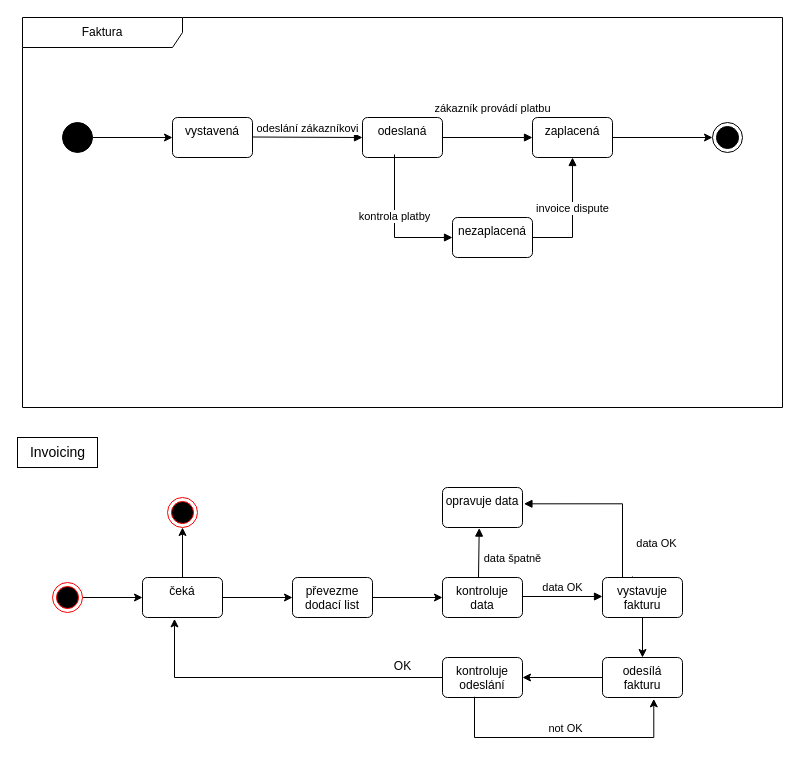
Earlier version of the draw.io diagram stavovy diagram (2).drawio (xmardol40/pg). Source tidied: cells renumbered, new cells numbered last; positions are measured from the earlier drawing's top-left corner, leaving out a move shared by most shapes. Both pictures are drawn from the tidied source at 100%, with x=0, y=0 at pixel (17, 17).
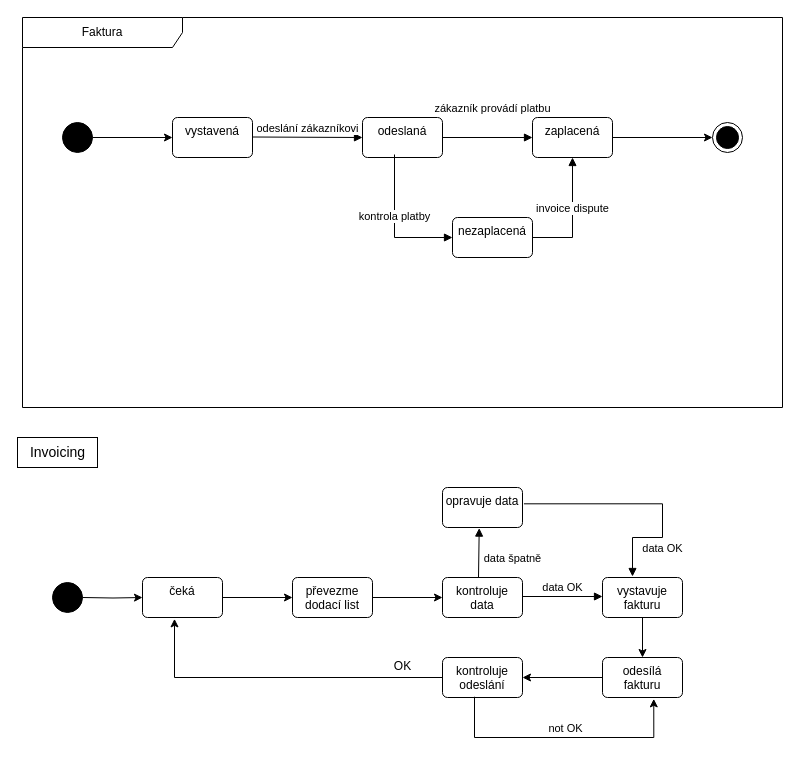
After the change.

The change refers to these unchanged cells:
```xml
<mxCell id="19" value="čeká" style="html=1;align=center;verticalAlign=top;rounded=1;absoluteArcSize=1;arcSize=10;dashed=0;whiteSpace=wrap;" parent="1" vertex="1">
  <mxGeometry x="125" y="560" width="80" height="40" as="geometry" />
</mxCell>
<mxCell id="23" value="opravuje data" style="html=1;align=center;verticalAlign=top;rounded=1;absoluteArcSize=1;arcSize=10;dashed=0;whiteSpace=wrap;" parent="1" vertex="1">
  <mxGeometry x="425" y="470" width="80" height="40" as="geometry" />
</mxCell>
```

The edit, as a diff of the source:
```diff
@@
-    <mxCell id="15" style="edgeStyle=orthogonalEdgeStyle;rounded=0;jettySize=auto;html=1;" parent="1" edge="1" source="16" target="19">
-      <mxGeometry relative="1" as="geometry" />
+    <mxCell id="15" style="edgeStyle=orthogonalEdgeStyle;rounded=0;jettySize=auto;html=1;" parent="1" edge="1" target="19">
+      <mxGeometry relative="1" as="geometry">
+        <mxPoint x="65" y="580" as="sourcePoint" />
+      </mxGeometry>
     </mxCell>
-    <mxCell id="16" style="ellipse;html=1;shape=endState;fillColor=#000000;strokeColor=#ff0000;" parent="1" vertex="1">
-      <mxGeometry x="35" y="565" width="30" height="30" as="geometry" />
-    </mxCell>
@@
-    <mxCell id="18" style="edgeStyle=orthogonalEdgeStyle;rounded=0;jettySize=auto;html=1;entryX=0.5;entryY=1;entryDx=0;entryDy=0;" parent="1" edge="1" source="19" target="36">
-      <mxGeometry relative="1" as="geometry" />
-    </mxCell>
@@
-    <mxCell id="30" value="data OK" style="html=1;verticalAlign=bottom;endArrow=block;rounded=0;exitX=0.425;exitY=0;exitDx=0;exitDy=0;exitPerimeter=0;entryX=1.018;entryY=0.408;entryDx=0;entryDy=0;entryPerimeter=0;edgeStyle=orthogonalEdgeStyle;" parent="1" edge="1" target="23">
-      <mxGeometry x="-0.61" y="-34" relative="1" as="geometry">
+    <mxCell id="30" value="data OK" style="html=1;verticalAlign=bottom;endArrow=none;rounded=0;exitX=0.425;exitY=0;exitDx=0;exitDy=0;exitPerimeter=0;entryX=1.018;entryY=0.408;entryDx=0;entryDy=0;entryPerimeter=0;edgeStyle=orthogonalEdgeStyle;startArrow=block;startFill=1;endFill=0;" parent="1" edge="1" target="23">
+      <mxGeometry x="-0.43" y="-20" relative="1" as="geometry">
         <mxPoint x="615" y="559" as="sourcePoint" />
         <Array as="points">
-          <mxPoint x="605" y="560" />
-          <mxPoint x="605" y="486" />
+          <mxPoint x="615" y="520" />
+          <mxPoint x="645" y="520" />
+          <mxPoint x="645" y="486" />
         </Array>
+        <mxPoint x="-20" y="20" as="offset" />
       </mxGeometry>
     </mxCell>
@@
-    <mxCell id="36" style="ellipse;html=1;shape=endState;fillColor=#000000;strokeColor=#ff0000;" parent="1" vertex="1">
-      <mxGeometry x="150" y="480" width="30" height="30" as="geometry" />
-    </mxCell>
@@
+    <mxCell id="38" style="ellipse;fillColor=strokeColor;html=1;" parent="1" vertex="1">
+      <mxGeometry x="35" y="565" width="30" height="30" as="geometry" />
+    </mxCell>
```
